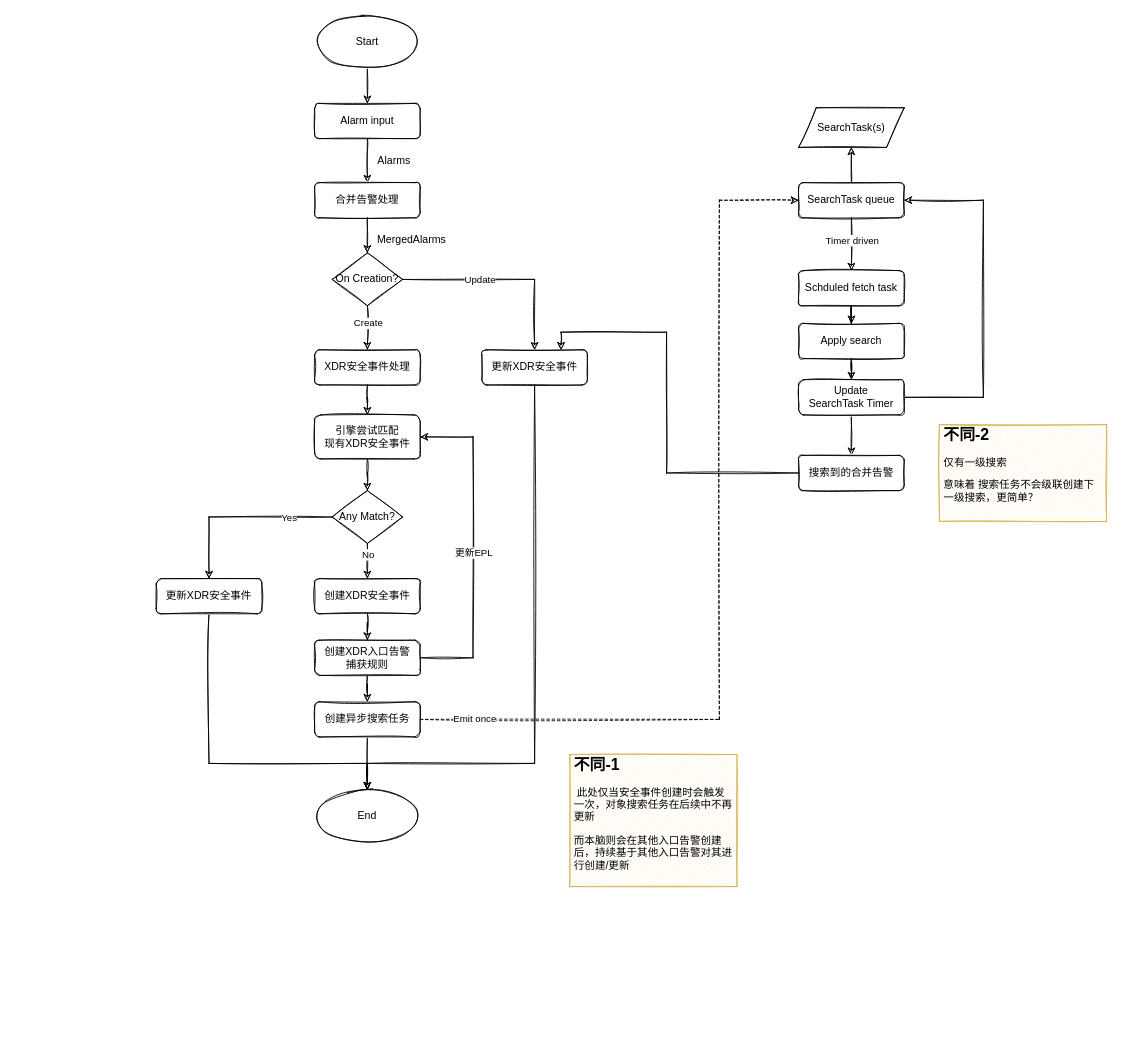
Before: XDR-Incident-Flow.drawio in popvlovs/popvlovs-repository, a draw.io diagram. Source tidied: cells renumbered, new cells numbered last; positions are measured from the earlier drawing's top-left corner, leaving out a move shared by most shapes. Both pictures are drawn from the tidied source at 88%, with x=0, y=0 at pixel (156, 15).
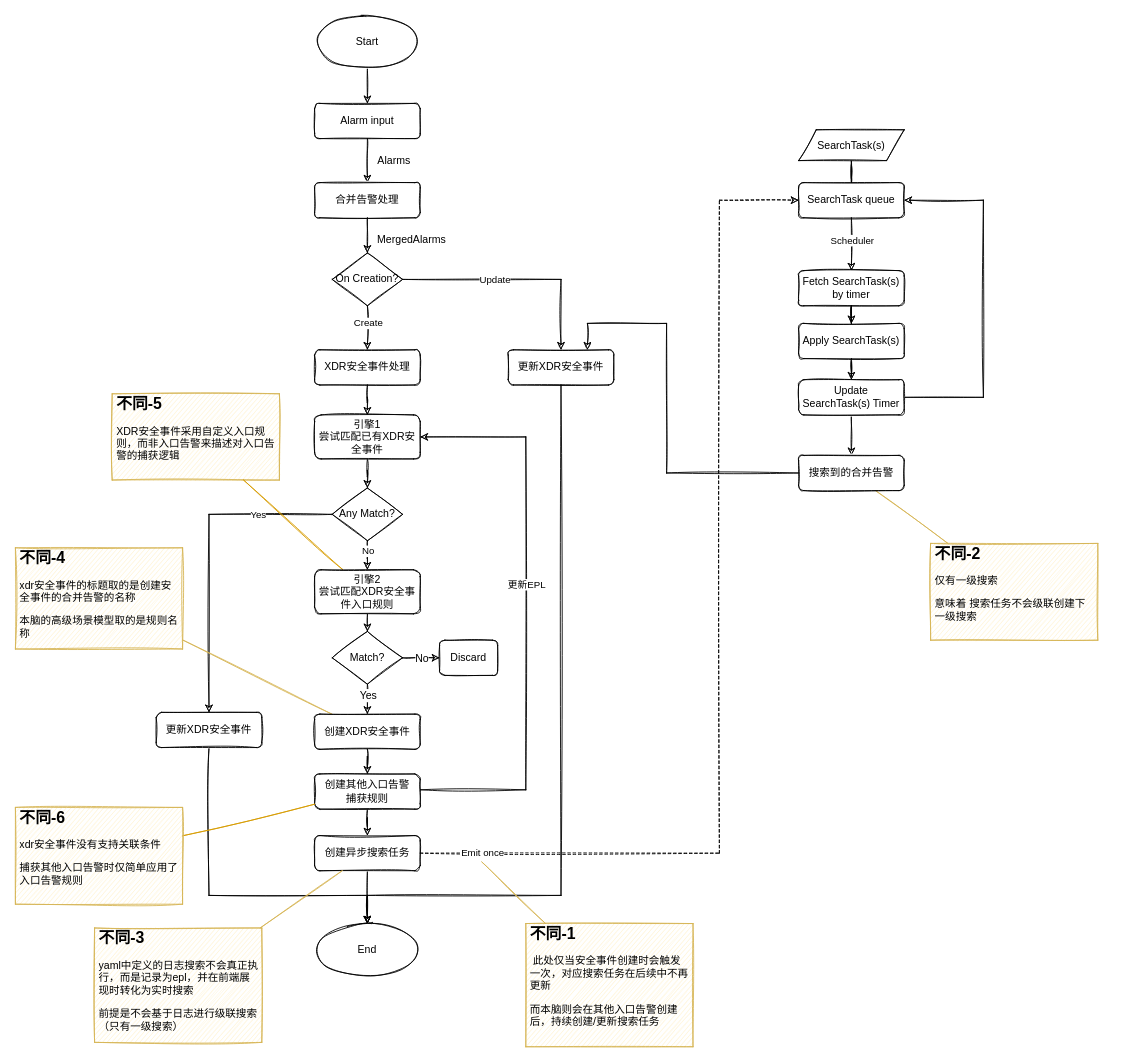
The same diagram, later.

Unchanged cells that the change refers to:
```xml
<mxCell id="39" style="edgeStyle=orthogonalEdgeStyle;rounded=0;jettySize=auto;html=1;sketch=1;" parent="1" edge="1" source="42" target="50">
  <mxGeometry relative="1" as="geometry" />
</mxCell>
<mxCell id="42" value="SearchTask queue" style="rounded=1;whiteSpace=wrap;html=1;fontSize=12;glass=0;strokeWidth=1;shadow=0;sketch=1;" parent="1" vertex="1">
  <mxGeometry x="730" y="190" width="120" height="40" as="geometry" />
</mxCell>
<mxCell id="52" value="搜索到的合并告警" style="rounded=1;whiteSpace=wrap;html=1;fontSize=12;glass=0;strokeWidth=1;shadow=0;sketch=1;" parent="1" vertex="1">
  <mxGeometry x="730" y="500" width="120" height="40" as="geometry" />
</mxCell>
```

What changed in the source:
```diff
@@
     <mxCell id="15" style="edgeStyle=orthogonalEdgeStyle;rounded=0;jettySize=auto;html=1;sketch=1;" parent="1" edge="1" source="16" target="34">
       <mxGeometry relative="1" as="geometry">
         <Array as="points">
-          <mxPoint x="430" y="850" />
-          <mxPoint x="240" y="850" />
+          <mxPoint x="460" y="1000" />
+          <mxPoint x="240" y="1000" />
         </Array>
       </mxGeometry>
     </mxCell>
     <mxCell id="16" value="更新XDR安全事件" style="rounded=1;whiteSpace=wrap;html=1;fontSize=12;glass=0;strokeWidth=1;shadow=0;sketch=1;" parent="1" vertex="1">
-      <mxGeometry x="370" y="380" width="120" height="40" as="geometry" />
+      <mxGeometry x="400" y="380" width="120" height="40" as="geometry" />
     </mxCell>
@@
-    <mxCell id="18" value="引擎尝试匹配&lt;br&gt;现有XDR安全事件" style="rounded=1;whiteSpace=wrap;html=1;fontSize=12;glass=0;strokeWidth=1;shadow=0;sketch=1;" parent="1" vertex="1">
+    <mxCell id="18" value="引擎1&lt;br&gt;尝试匹配已有XDR安全事件" style="rounded=1;whiteSpace=wrap;html=1;fontSize=12;glass=0;strokeWidth=1;shadow=0;sketch=1;" parent="1" vertex="1">
       <mxGeometry x="180" y="454" width="120" height="50" as="geometry" />
     </mxCell>
-    <mxCell id="19" style="edgeStyle=orthogonalEdgeStyle;rounded=0;jettySize=auto;html=1;sketch=1;" parent="1" edge="1" source="23" target="25">
-      <mxGeometry relative="1" as="geometry">
-        <Array as="points">
-          <mxPoint x="240" y="610" />
-          <mxPoint x="240" y="610" />
-        </Array>
-      </mxGeometry>
+    <mxCell id="19" style="edgeStyle=orthogonalEdgeStyle;rounded=0;jettySize=auto;html=1;sketch=1;" parent="1" edge="1" source="23" target="65">
+      <mxGeometry relative="1" as="geometry" />
     </mxCell>
     <mxCell id="20" value="No" style="edgeLabel;html=1;align=center;verticalAlign=middle;sketch=1;" parent="19" vertex="1">
-      <mxGeometry x="-0.38" relative="1" as="geometry" />
+      <mxGeometry x="-0.38" relative="1" as="geometry">
+        <mxPoint y="-4" as="offset" />
+      </mxGeometry>
     </mxCell>
@@
     <mxCell id="23" value="Any Match?" style="rhombus;whiteSpace=wrap;html=1;sketch=1;" parent="1" vertex="1">
-      <mxGeometry x="200" y="540" width="80" height="60" as="geometry" />
+      <mxGeometry x="200" y="537" width="80" height="60" as="geometry" />
     </mxCell>
@@
+    <mxCell id="55" style="rounded=0;sketch=1;jettySize=auto;html=1;fontSize=12;endArrow=none;endFill=0;fillColor=#fff2cc;strokeColor=#d6b656;" parent="1" edge="1" source="25" target="59">
+      <mxGeometry relative="1" as="geometry" />
+    </mxCell>
     <mxCell id="25" value="创建XDR安全事件" style="rounded=1;whiteSpace=wrap;html=1;fontSize=12;glass=0;strokeWidth=1;shadow=0;sketch=1;" parent="1" vertex="1">
-      <mxGeometry x="180" y="640" width="120" height="40" as="geometry" />
+      <mxGeometry x="180" y="794" width="120" height="40" as="geometry" />
     </mxCell>
     <mxCell id="26" style="edgeStyle=orthogonalEdgeStyle;rounded=0;jettySize=auto;html=1;entryX=0.5;entryY=0;entryDx=0;entryDy=0;sketch=1;" parent="1" edge="1" source="27" target="34">
       <mxGeometry relative="1" as="geometry">
         <Array as="points">
-          <mxPoint x="60" y="850" />
-          <mxPoint x="240" y="850" />
+          <mxPoint x="60" y="1000" />
+          <mxPoint x="240" y="1000" />
         </Array>
       </mxGeometry>
     </mxCell>
     <mxCell id="27" value="更新XDR安全事件" style="rounded=1;whiteSpace=wrap;html=1;fontSize=12;glass=0;strokeWidth=1;shadow=0;sketch=1;" parent="1" vertex="1">
-      <mxGeometry y="640" width="120" height="40" as="geometry" />
+      <mxGeometry y="792" width="120" height="40" as="geometry" />
     </mxCell>
@@
     <mxCell id="29" style="edgeStyle=orthogonalEdgeStyle;rounded=0;jettySize=auto;html=1;dashed=1;entryX=0;entryY=0.5;entryDx=0;entryDy=0;sketch=1;" parent="1" edge="1" source="31" target="42">
       <mxGeometry relative="1" as="geometry">
         <Array as="points">
-          <mxPoint x="640" y="800" />
+          <mxPoint x="640" y="952" />
           <mxPoint x="640" y="210" />
         </Array>
       </mxGeometry>
     </mxCell>
@@
     <mxCell id="31" value="创建异步搜索任务" style="rounded=1;whiteSpace=wrap;html=1;fontSize=12;glass=0;strokeWidth=1;shadow=0;sketch=1;" parent="1" vertex="1">
-      <mxGeometry x="180" y="780" width="120" height="40" as="geometry" />
+      <mxGeometry x="180" y="932" width="120" height="40" as="geometry" />
     </mxCell>
@@
     <mxCell id="34" value="End" style="ellipse;whiteSpace=wrap;html=1;sketch=1;" parent="1" vertex="1">
-      <mxGeometry x="180" y="880" width="120" height="60" as="geometry" />
+      <mxGeometry x="180" y="1032" width="120" height="60" as="geometry" />
     </mxCell>
@@
     <mxCell id="36" style="edgeStyle=orthogonalEdgeStyle;rounded=0;jettySize=auto;html=1;sketch=1;" parent="1" edge="1" source="38" target="18">
       <mxGeometry relative="1" as="geometry">
         <Array as="points">
-          <mxPoint x="360" y="730" />
-          <mxPoint x="360" y="479" />
+          <mxPoint x="420" y="880" />
+          <mxPoint x="420" y="479" />
         </Array>
       </mxGeometry>
     </mxCell>
@@
-    <mxCell id="38" value="创建XDR入口告警&lt;br&gt;捕获规则" style="rounded=1;whiteSpace=wrap;html=1;fontSize=12;glass=0;strokeWidth=1;shadow=0;sketch=1;" parent="1" vertex="1">
-      <mxGeometry x="180" y="710" width="120" height="40" as="geometry" />
+    <mxCell id="38" value="创建其他入口告警&lt;br&gt;捕获规则" style="rounded=1;whiteSpace=wrap;html=1;fontSize=12;glass=0;strokeWidth=1;shadow=0;sketch=1;" parent="1" vertex="1">
+      <mxGeometry x="180" y="862" width="120" height="40" as="geometry" />
     </mxCell>
@@
-    <mxCell id="40" value="Timer driven" style="edgeLabel;html=1;align=center;verticalAlign=middle;" parent="39" vertex="1">
+    <mxCell id="40" value="Scheduler" style="edgeLabel;html=1;align=center;verticalAlign=middle;" parent="39" vertex="1">
       <mxGeometry x="-0.77" y="1" relative="1" as="geometry">
         <mxPoint x="-1" y="18" as="offset" />
       </mxGeometry>
     </mxCell>
-    <mxCell id="41" style="edgeStyle=orthogonalEdgeStyle;rounded=0;sketch=1;jettySize=auto;html=1;" parent="1" edge="1" source="42" target="49">
+    <mxCell id="41" style="edgeStyle=orthogonalEdgeStyle;rounded=0;sketch=1;jettySize=auto;html=1;endArrow=none;endFill=0;" parent="1" edge="1" source="42" target="49">
       <mxGeometry relative="1" as="geometry" />
     </mxCell>
@@
-    <mxCell id="45" value="Apply search" style="rounded=1;whiteSpace=wrap;html=1;fontSize=12;glass=0;strokeWidth=1;shadow=0;sketch=1;" parent="1" vertex="1">
+    <mxCell id="45" value="Apply SearchTask(s)" style="rounded=1;whiteSpace=wrap;html=1;fontSize=12;glass=0;strokeWidth=1;shadow=0;sketch=1;" parent="1" vertex="1">
       <mxGeometry x="730" y="350" width="120" height="40" as="geometry" />
     </mxCell>
@@
-    <mxCell id="48" value="Update &lt;br&gt;SearchTask Timer" style="rounded=1;whiteSpace=wrap;html=1;fontSize=12;glass=0;strokeWidth=1;shadow=0;sketch=1;" parent="1" vertex="1">
+    <mxCell id="48" value="Update &lt;br&gt;SearchTask(s) Timer" style="rounded=1;whiteSpace=wrap;html=1;fontSize=12;glass=0;strokeWidth=1;shadow=0;sketch=1;" parent="1" vertex="1">
       <mxGeometry x="730" y="414" width="120" height="40" as="geometry" />
     </mxCell>
+    <mxCell id="56" style="edgeStyle=none;rounded=0;sketch=1;jettySize=auto;html=1;fontSize=12;endArrow=none;endFill=0;" parent="1" edge="1" source="49" target="42">
+      <mxGeometry relative="1" as="geometry" />
+    </mxCell>
     <mxCell id="49" value="SearchTask(s)" style="shape=parallelogram;perimeter=parallelogramPerimeter;whiteSpace=wrap;html=1;fixedSize=1;sketch=1;" parent="1" vertex="1">
-      <mxGeometry x="730" y="105" width="120" height="45" as="geometry" />
+      <mxGeometry x="730" y="130" width="120" height="35" as="geometry" />
     </mxCell>
-    <mxCell id="50" value="Schduled fetch task" style="rounded=1;whiteSpace=wrap;html=1;fontSize=12;glass=0;strokeWidth=1;shadow=0;sketch=1;" parent="1" vertex="1">
+    <mxCell id="50" value="Fetch SearchTask(s) by timer" style="rounded=1;whiteSpace=wrap;html=1;fontSize=12;glass=0;strokeWidth=1;shadow=0;sketch=1;" parent="1" vertex="1">
       <mxGeometry x="730" y="290" width="120" height="40" as="geometry" />
     </mxCell>
     <mxCell id="51" style="edgeStyle=orthogonalEdgeStyle;rounded=0;jettySize=auto;html=1;entryX=0.75;entryY=0;entryDx=0;entryDy=0;exitX=0;exitY=0.5;exitDx=0;exitDy=0;sketch=1;" parent="1" edge="1" source="52" target="16">
       <mxGeometry relative="1" as="geometry">
         <Array as="points">
           <mxPoint x="580" y="520" />
-          <mxPoint x="580" y="360" />
-          <mxPoint x="460" y="360" />
+          <mxPoint x="580" y="350" />
+          <mxPoint x="490" y="350" />
         </Array>
       </mxGeometry>
     </mxCell>
+    <mxCell id="57" style="edgeStyle=none;rounded=0;sketch=1;jettySize=auto;html=1;fontSize=12;endArrow=none;endFill=0;fillColor=#fff2cc;strokeColor=#d6b656;" parent="1" edge="1" source="52" target="54">
+      <mxGeometry relative="1" as="geometry" />
+    </mxCell>
@@
-    <mxCell id="53" value="&lt;h1 style=&quot;font-size: 18px;&quot;&gt;&lt;font style=&quot;font-size: 18px;&quot;&gt;不同-1&lt;/font&gt;&lt;/h1&gt;&lt;p style=&quot;&quot;&gt;&amp;nbsp;此处仅当安全事件创建时会触发一次，对象搜索任务在后续中不再更新&lt;/p&gt;&lt;p style=&quot;&quot;&gt;而本脑则会在其他入口告警创建后，持续基于其他入口告警对其进行创建/更新&lt;/p&gt;" style="text;html=1;strokeColor=#d6b656;fillColor=#fff2cc;spacing=5;spacingTop=-20;whiteSpace=wrap;overflow=hidden;rounded=0;sketch=1;" parent="1" vertex="1">
-      <mxGeometry x="470" y="840" width="190" height="150" as="geometry" />
+    <mxCell id="53" value="&lt;h1 style=&quot;font-size: 18px;&quot;&gt;&lt;font style=&quot;font-size: 18px;&quot;&gt;不同-1&lt;/font&gt;&lt;/h1&gt;&lt;p style=&quot;&quot;&gt;&amp;nbsp;此处仅当安全事件创建时会触发一次，对应搜索任务在后续中不再更新&lt;/p&gt;&lt;p style=&quot;&quot;&gt;而本脑则会在其他入口告警创建后，持续创建/更新搜索任务&lt;/p&gt;" style="text;html=1;strokeColor=#d6b656;fillColor=#fff2cc;spacing=5;spacingTop=-20;whiteSpace=wrap;overflow=hidden;rounded=0;sketch=1;" parent="1" vertex="1">
+      <mxGeometry x="420" y="1032" width="190" height="140" as="geometry" />
     </mxCell>
-    <mxCell id="54" value="&lt;h1 style=&quot;font-size: 18px;&quot;&gt;&lt;font style=&quot;font-size: 18px;&quot;&gt;不同-2&lt;/font&gt;&lt;/h1&gt;&lt;p style=&quot;&quot;&gt;仅有一级搜索&lt;/p&gt;&lt;p style=&quot;&quot;&gt;意味着 搜索任务不会级联创建下一级搜索，更简单？&lt;/p&gt;" style="text;html=1;strokeColor=#d6b656;fillColor=#fff2cc;spacing=5;spacingTop=-20;whiteSpace=wrap;overflow=hidden;rounded=0;sketch=1;" parent="1" vertex="1">
-      <mxGeometry x="890" y="465" width="190" height="110" as="geometry" />
+    <mxCell id="54" value="&lt;h1 style=&quot;font-size: 18px;&quot;&gt;&lt;font style=&quot;font-size: 18px;&quot;&gt;不同-2&lt;/font&gt;&lt;/h1&gt;&lt;p style=&quot;&quot;&gt;仅有一级搜索&lt;/p&gt;&lt;p style=&quot;&quot;&gt;意味着 搜索任务不会级联创建下一级搜索&lt;/p&gt;" style="text;html=1;strokeColor=#d6b656;fillColor=#fff2cc;spacing=5;spacingTop=-20;whiteSpace=wrap;overflow=hidden;rounded=0;sketch=1;" parent="1" vertex="1">
+      <mxGeometry x="880" y="600" width="190" height="110" as="geometry" />
     </mxCell>
+    <mxCell id="58" value="&lt;h1 style=&quot;font-size: 18px;&quot;&gt;&lt;font style=&quot;font-size: 18px;&quot;&gt;不同-3&lt;/font&gt;&lt;/h1&gt;&lt;p style=&quot;&quot;&gt;yaml中定义的日志搜索不会真正执行，而是记录为epl，并在前端展现时转化为实时搜索&lt;/p&gt;&lt;p style=&quot;&quot;&gt;前提是不会基于日志进行级联搜索（只有一级搜索）&lt;/p&gt;" style="text;html=1;strokeColor=#d6b656;fillColor=#fff2cc;spacing=5;spacingTop=-20;whiteSpace=wrap;overflow=hidden;rounded=0;sketch=1;" parent="1" vertex="1">
+      <mxGeometry x="-70" y="1037" width="190" height="130" as="geometry" />
+    </mxCell>
+    <mxCell id="59" value="&lt;h1 style=&quot;font-size: 18px;&quot;&gt;&lt;font style=&quot;font-size: 18px;&quot;&gt;不同-4&lt;/font&gt;&lt;/h1&gt;&lt;p style=&quot;&quot;&gt;xdr安全事件的标题取的是创建安全事件的合并告警的名称&lt;/p&gt;&lt;p style=&quot;&quot;&gt;本脑的高级场景模型取的是规则名称&lt;/p&gt;" style="text;html=1;strokeColor=#d6b656;fillColor=#fff2cc;spacing=5;spacingTop=-20;whiteSpace=wrap;overflow=hidden;rounded=0;sketch=1;" parent="1" vertex="1">
+      <mxGeometry x="-160" y="605" width="190" height="115" as="geometry" />
+    </mxCell>
+    <mxCell id="60" style="rounded=0;sketch=1;jettySize=auto;html=1;fontSize=12;endArrow=none;endFill=0;fillColor=#fff2cc;strokeColor=#d6b656;" parent="1" edge="1" target="53">
+      <mxGeometry relative="1" as="geometry">
+        <mxPoint x="370" y="962" as="sourcePoint" />
+      </mxGeometry>
+    </mxCell>
+    <mxCell id="61" style="rounded=0;sketch=1;jettySize=auto;html=1;fontSize=12;endArrow=none;endFill=0;fillColor=#fff2cc;strokeColor=#d6b656;" parent="1" edge="1" source="31" target="58">
+      <mxGeometry relative="1" as="geometry" />
+    </mxCell>
+    <mxCell id="62" value="&lt;h1 style=&quot;font-size: 18px;&quot;&gt;&lt;font style=&quot;font-size: 18px;&quot;&gt;不同-5&lt;/font&gt;&lt;/h1&gt;&lt;p style=&quot;&quot;&gt;XDR安全事件采用自定义入口规则，而非入口告警来描述对入口告警的捕获逻辑&lt;/p&gt;" style="text;html=1;strokeColor=#d6b656;fillColor=#fff2cc;spacing=5;spacingTop=-20;whiteSpace=wrap;overflow=hidden;rounded=0;sketch=1;" parent="1" vertex="1">
+      <mxGeometry x="-50" y="430" width="190" height="98" as="geometry" />
+    </mxCell>
+    <mxCell id="63" style="edgeStyle=none;rounded=0;sketch=1;jettySize=auto;html=1;fontSize=12;endArrow=classic;endFill=1;" parent="1" edge="1" source="65" target="70">
+      <mxGeometry relative="1" as="geometry" />
+    </mxCell>
+    <mxCell id="64" style="edgeStyle=none;rounded=0;sketch=1;jettySize=auto;html=1;fontSize=12;endArrow=none;endFill=0;fillColor=#ffe6cc;strokeColor=#d79b00;" parent="1" edge="1" source="65" target="62">
+      <mxGeometry relative="1" as="geometry" />
+    </mxCell>
+    <mxCell id="65" value="引擎2&lt;br&gt;尝试匹配XDR安全事件入口规则" style="rounded=1;whiteSpace=wrap;html=1;fontSize=12;glass=0;strokeWidth=1;shadow=0;sketch=1;" parent="1" vertex="1">
+      <mxGeometry x="180" y="630" width="120" height="50" as="geometry" />
+    </mxCell>
+    <mxCell id="66" style="edgeStyle=none;rounded=0;sketch=1;jettySize=auto;html=1;fontSize=12;endArrow=classic;endFill=1;" parent="1" edge="1" source="70" target="25">
+      <mxGeometry relative="1" as="geometry" />
+    </mxCell>
+    <mxCell id="67" value="Yes" style="edgeLabel;html=1;align=center;verticalAlign=middle;fontSize=12;" parent="66" vertex="1">
+      <mxGeometry x="-0.52" y="-2" relative="1" as="geometry">
+        <mxPoint x="2" y="4" as="offset" />
+      </mxGeometry>
+    </mxCell>
+    <mxCell id="68" style="edgeStyle=none;rounded=0;sketch=1;jettySize=auto;html=1;fontSize=12;endArrow=classic;endFill=1;" parent="1" edge="1" source="70" target="71">
+      <mxGeometry relative="1" as="geometry" />
+    </mxCell>
+    <mxCell id="69" value="No" style="edgeLabel;html=1;align=center;verticalAlign=middle;fontSize=12;" parent="68" vertex="1">
+      <mxGeometry x="-0.43" y="1" relative="1" as="geometry">
+        <mxPoint x="9" y="1" as="offset" />
+      </mxGeometry>
+    </mxCell>
+    <mxCell id="70" value="Match?" style="rhombus;whiteSpace=wrap;html=1;sketch=1;" parent="1" vertex="1">
+      <mxGeometry x="200" y="700" width="80" height="60" as="geometry" />
+    </mxCell>
+    <mxCell id="71" value="Discard" style="rounded=1;whiteSpace=wrap;html=1;fontSize=12;glass=0;strokeWidth=1;shadow=0;sketch=1;" parent="1" vertex="1">
+      <mxGeometry x="322" y="710" width="66" height="40" as="geometry" />
+    </mxCell>
+    <mxCell id="72" style="edgeStyle=none;rounded=0;sketch=1;jettySize=auto;html=1;fontSize=12;endArrow=none;endFill=0;fillColor=#ffe6cc;strokeColor=#d79b00;" parent="1" edge="1" source="73" target="38">
+      <mxGeometry relative="1" as="geometry" />
+    </mxCell>
+    <mxCell id="73" value="&lt;h1 style=&quot;font-size: 18px;&quot;&gt;&lt;font style=&quot;font-size: 18px;&quot;&gt;不同-6&lt;/font&gt;&lt;/h1&gt;&lt;p style=&quot;&quot;&gt;xdr安全事件没有支持关联条件&lt;/p&gt;&lt;p style=&quot;&quot;&gt;捕获其他入口告警时仅简单应用了入口告警规则&lt;/p&gt;" style="text;html=1;strokeColor=#d6b656;fillColor=#fff2cc;spacing=5;spacingTop=-20;whiteSpace=wrap;overflow=hidden;rounded=0;sketch=1;" parent="1" vertex="1">
+      <mxGeometry x="-160" y="900" width="190" height="110" as="geometry" />
+    </mxCell>
```
